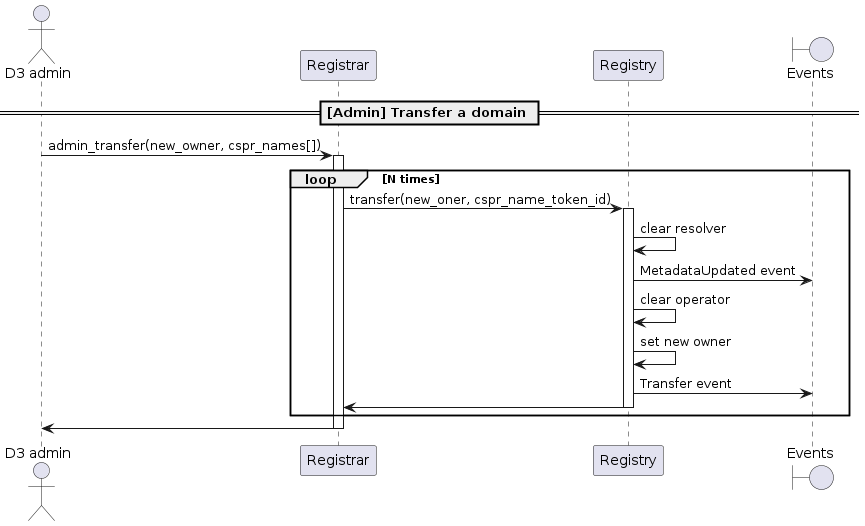
make-software/cspr-name-contracts keeps this PlantUML diagram as docs/sequence-diagrams/puml/admin-transfer-domain.png. Above is the earlier version. Source of this version:
```plantuml
@startuml

actor "D3 admin"
participant "Registrar"
participant "Registry"
boundary "Events"

== [Admin] Transfer a domain ==

"D3 admin" -> "Registrar": admin_transfer(new_owner, cspr_names[])
activate Registrar
loop N times
    Registrar -> Registry: transfer(new_oner, cspr_name_token_id)
    activate Registry
    Registry -> Registry: clear resolver
    Registry -> "Events": MetadataUpdated event
    Registry -> Registry: clear operator
    Registry -> Registry : set new owner
    Registry -> "Events": Transfer event
    Registry -> Registrar
    deactivate Registry
end
Registrar -> "D3 admin"
deactivate Registrar

@enduml
```
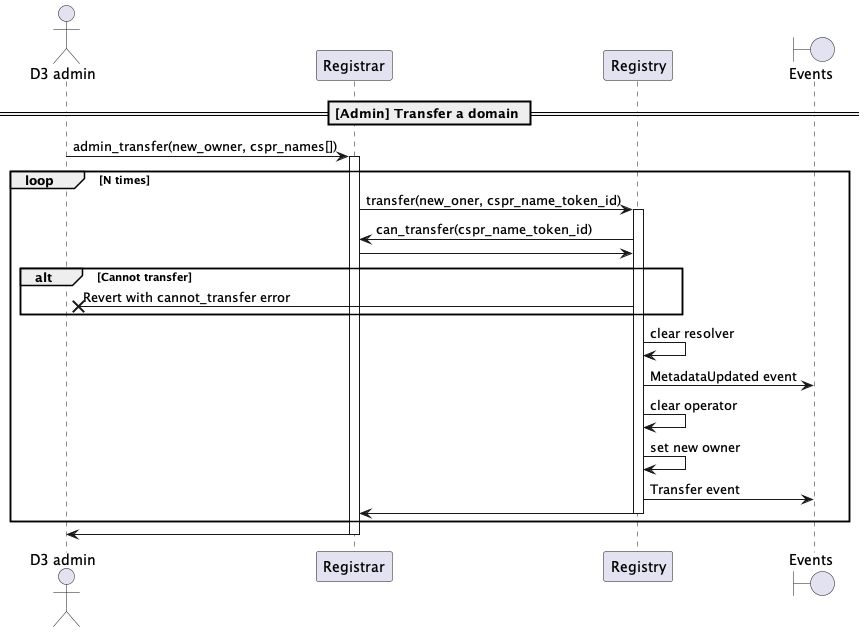
The same diagram one commit later.

What changed in the source:
```diff
@@ -12,6 +12,11 @@
 loop N times
     Registrar -> Registry: transfer(new_oner, cspr_name_token_id)
     activate Registry
+    Registry -> Registrar: can_transfer(cspr_name_token_id)
+    Registrar -> Registry
+    alt Cannot transfer
+        Registry ->X "D3 admin": Revert with cannot_transfer error
+    end
     Registry -> Registry: clear resolver
     Registry -> "Events": MetadataUpdated event
     Registry -> Registry: clear operator
```
